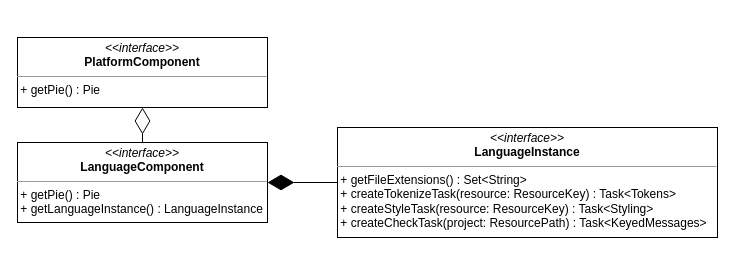
Before: page "LanguageInstance" (15 of 19) of Spoofax3 Diagrams.drawio in AZWN/Spoofax-pie-diagrams, a draw.io diagram. Source tidied: cells renumbered, new cells numbered last; positions are measured from the earlier drawing's top-left corner, leaving out a move shared by most shapes. Both pictures are drawn from the tidied source at 100%, with x=0, y=0 at pixel (17, 37).
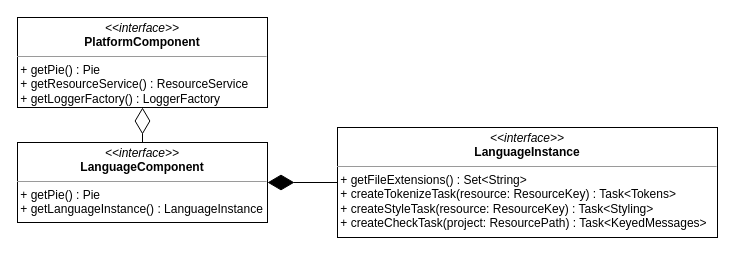
The same diagram, later.

Commit message:
Add resource service and logger factory

Change to the diagram source:
```diff
@@
 <mxGraphModel>
   <root>
     <mxCell id="0" />
     <mxCell id="1" parent="0" />
     <mxCell id="2" value="&lt;p style=&quot;margin: 0px ; margin-top: 4px ; text-align: center&quot;&gt;&lt;i&gt;&amp;lt;&amp;lt;interface&amp;gt;&amp;gt;&lt;/i&gt;&lt;br&gt;&lt;b&gt;LanguageInstance&lt;/b&gt;&lt;/p&gt;&lt;hr size=&quot;1&quot;&gt;&amp;nbsp;+ getFileExtensions() : Set&amp;lt;String&amp;gt; &lt;br&gt;&amp;nbsp;+ createTokenizeTask(resource: ResourceKey) : Task&amp;lt;Tokens&amp;gt;&lt;br&gt;&amp;nbsp;+ createStyleTask(resource: ResourceKey) : Task&amp;lt;Styling&amp;gt;&lt;br&gt;&amp;nbsp;+ createCheckTask(project: ResourcePath) : Task&amp;lt;KeyedMessages&amp;gt;" style="verticalAlign=top;align=left;overflow=fill;fontSize=12;fontFamily=Helvetica;html=1;" parent="1" vertex="1">
       <mxGeometry x="320" y="90" width="380" height="110" as="geometry" />
     </mxCell>
     <mxCell id="3" value="&lt;p style=&quot;margin: 0px ; margin-top: 4px ; text-align: center&quot;&gt;&lt;i&gt;&amp;lt;&amp;lt;interface&amp;gt;&amp;gt;&lt;/i&gt;&lt;br&gt;&lt;b&gt;LanguageComponent&lt;/b&gt;&lt;/p&gt;&lt;hr size=&quot;1&quot;&gt;&lt;div&gt;&amp;nbsp;+ getPie() : Pie&lt;/div&gt;&lt;div&gt;&amp;nbsp;+ getLanguageInstance() : LanguageInstance&lt;br&gt;&lt;/div&gt;" style="verticalAlign=top;align=left;overflow=fill;fontSize=12;fontFamily=Helvetica;html=1;" parent="1" vertex="1">
       <mxGeometry y="105" width="250" height="80" as="geometry" />
     </mxCell>
-    <mxCell id="4" value="&lt;p style=&quot;margin: 0px ; margin-top: 4px ; text-align: center&quot;&gt;&lt;i&gt;&amp;lt;&amp;lt;interface&amp;gt;&amp;gt;&lt;/i&gt;&lt;br&gt;&lt;b&gt;PlatformComponent&lt;/b&gt;&lt;/p&gt;&lt;hr size=&quot;1&quot;&gt;&lt;div&gt;&amp;nbsp;+ getPie() : Pie&lt;/div&gt;&lt;div&gt;&lt;br&gt;&lt;/div&gt;" style="verticalAlign=top;align=left;overflow=fill;fontSize=12;fontFamily=Helvetica;html=1;" parent="1" vertex="1">
-      <mxGeometry width="250" height="70" as="geometry" />
+    <mxCell id="4" value="&lt;p style=&quot;margin: 0px ; margin-top: 4px ; text-align: center&quot;&gt;&lt;i&gt;&amp;lt;&amp;lt;interface&amp;gt;&amp;gt;&lt;/i&gt;&lt;br&gt;&lt;b&gt;PlatformComponent&lt;/b&gt;&lt;/p&gt;&lt;hr size=&quot;1&quot;&gt;&lt;div&gt;&amp;nbsp;+ getPie() : Pie&lt;br&gt;&amp;nbsp;+ getResourceService() : ResourceService&lt;br&gt;&amp;nbsp;+ getLoggerFactory() : LoggerFactory&lt;br&gt;&lt;/div&gt;&lt;div&gt;&lt;br&gt;&lt;/div&gt;" style="verticalAlign=top;align=left;overflow=fill;fontSize=12;fontFamily=Helvetica;html=1;" parent="1" vertex="1">
+      <mxGeometry y="-20" width="250" height="90" as="geometry" />
     </mxCell>
     <mxCell id="5" style="endArrow=diamondThin;endFill=1;endSize=24;html=1;entryX=1;entryY=0.5;entryDx=0;entryDy=0;exitX=0;exitY=0.5;exitDx=0;exitDy=0;" parent="1" edge="1" source="2" target="3">
       <mxGeometry relative="1" as="geometry" />
     </mxCell>
     <mxCell id="6" style="endArrow=diamondThin;endFill=0;endSize=24;html=1;entryX=0.5;entryY=1;entryDx=0;entryDy=0;exitX=0.5;exitY=0;exitDx=0;exitDy=0;" parent="1" edge="1" source="3" target="4">
       <mxGeometry relative="1" as="geometry" />
     </mxCell>
   </root>
 </mxGraphModel>
```
